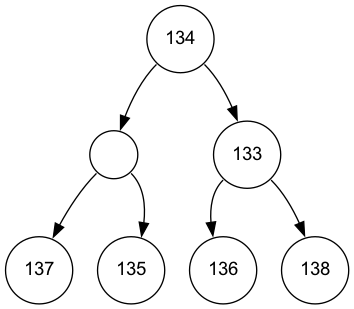
Above: fichiers_viz/minimier_etape_11.png in Procuste34/codage_huffman_c (Graphviz), before the change. Its source is kept beside it as fichiers_viz/minimier_etape_11.dot. Its diagram source:
```dot
digraph POT_test {
node [fontname="Arial", shape="circle", width=0.5];
134 [label = "134"]
134:sw -> 32
134:se -> 133
32 [label = " "]
32:sw -> 137
32:se -> 135
137 [label = "137"]
135 [label = "135"]
133 [label = "133"]
133:sw -> 136
133:se -> 138
136 [label = "136"]
138 [label = "138"]
}
```
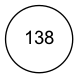
The same diagram one commit later.

The edit, as a diff of the source:
```diff
@@ -1,16 +1,4 @@
 digraph POT_test {
 node [fontname="Arial", shape="circle", width=0.5];
-134 [label = "134"]
-134:sw -> 32
-134:se -> 133
-32 [label = " "]
-32:sw -> 137
-32:se -> 135
-137 [label = "137"]
-135 [label = "135"]
-133 [label = "133"]
-133:sw -> 136
-133:se -> 138
-136 [label = "136"]
 138 [label = "138"]
 }
```
